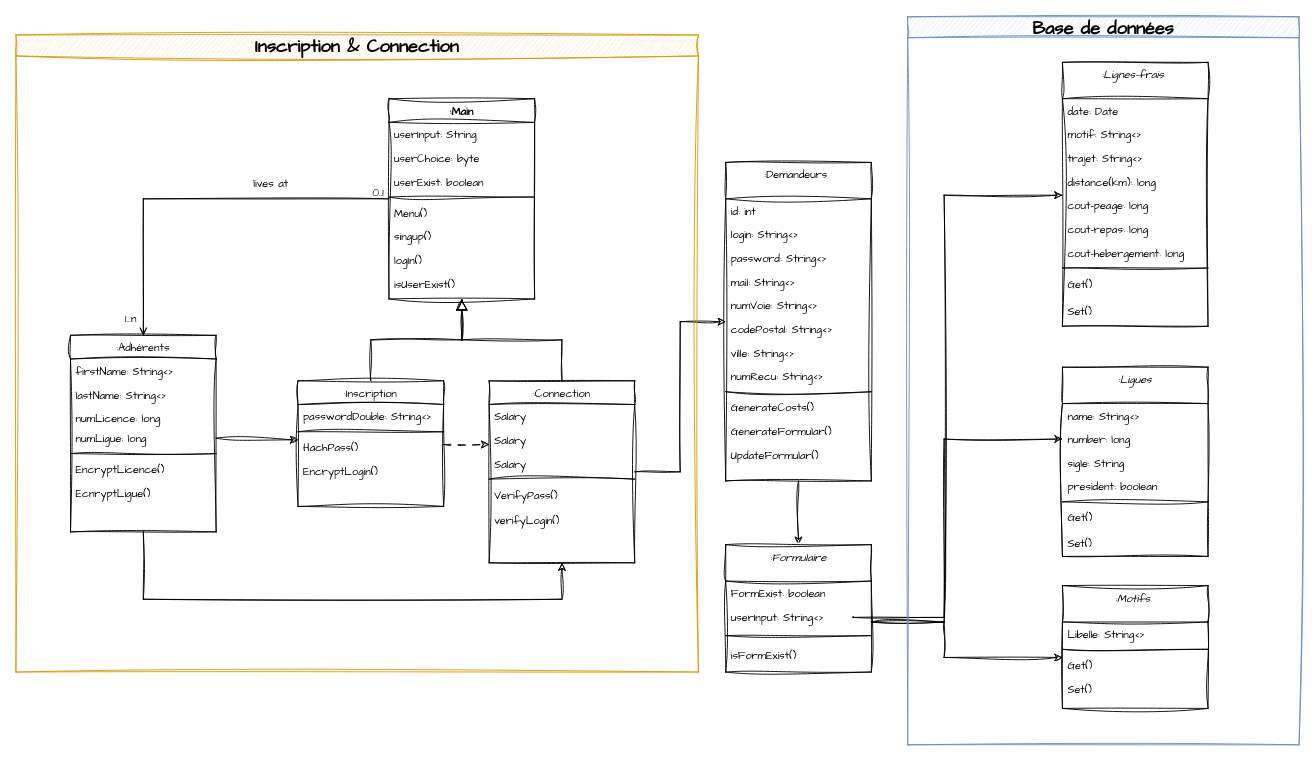
The draw.io diagram NoteDeFrais_Classes.drawio in PlumCreativ/NoteDeFrais, before the edit. Source tidied: cells renumbered, new cells numbered last; positions are measured from the earlier drawing's top-left corner, leaving out a move shared by most shapes. Both pictures are drawn from the tidied source at 91%, with x=0, y=0 at pixel (15, 16).
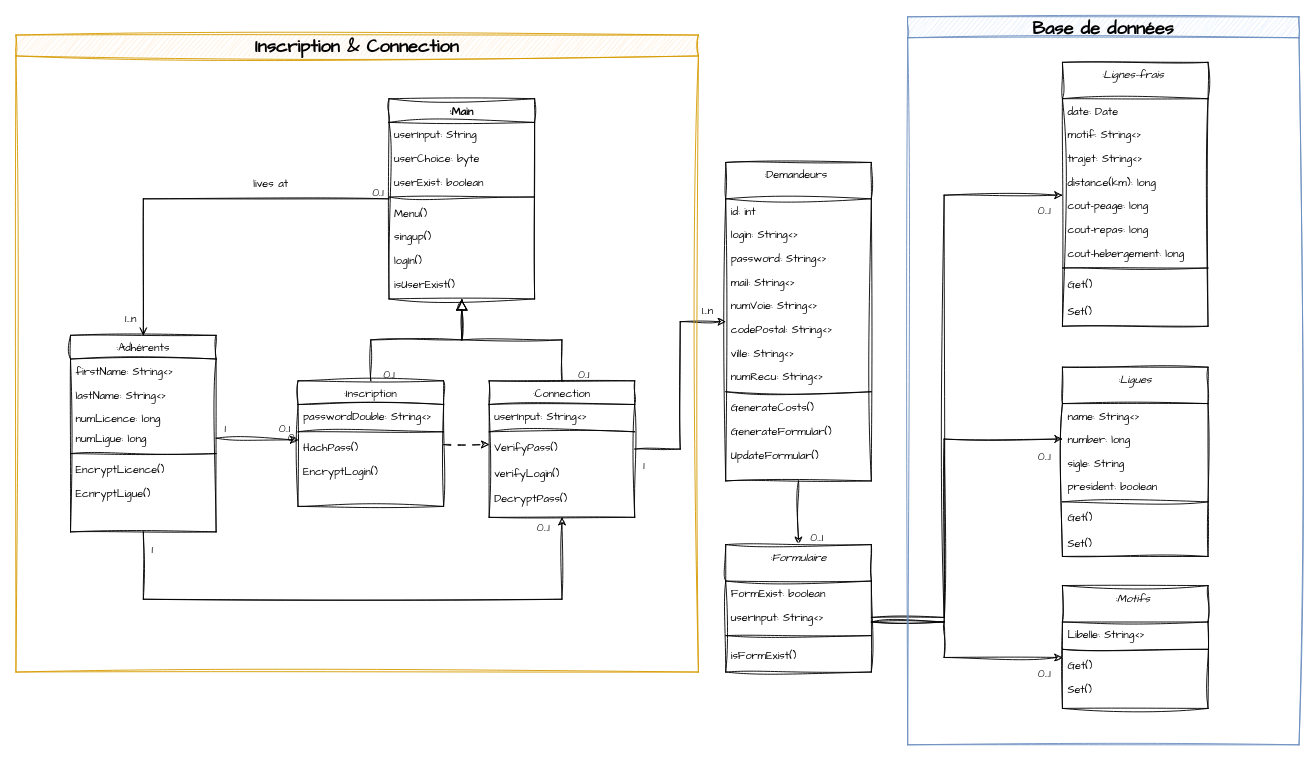
Above is the later version.

Commit message (it also covers changes not shown here):
Mettre à jour NoteDeFrais_Classes.drawio

The change refers to these unchanged cells:
```xml
<mxCell id="83" value="Base de données" style="swimlane;whiteSpace=wrap;html=1;sketch=1;hachureGap=4;jiggle=2;curveFitting=1;fontFamily=Architects Daughter;fontSize=20;fillColor=#dae8fc;strokeColor=#6c8ebf;" parent="1" vertex="1">
  <mxGeometry x="980" width="430" height="800" as="geometry" />
</mxCell>
<mxCell id="84" value="Inscription &amp;amp; Connection" style="swimlane;whiteSpace=wrap;html=1;sketch=1;hachureGap=4;jiggle=2;curveFitting=1;fontFamily=Architects Daughter;fontSize=20;fillColor=#ffe6cc;strokeColor=#d79b00;" parent="1" vertex="1">
  <mxGeometry y="20" width="750" height="700" as="geometry" />
</mxCell>
```

Change to the diagram source:
```diff
@@
     <mxCell id="14" value=":Connection" style="swimlane;fontStyle=0;align=center;verticalAlign=top;horizontal=1;startSize=26;rounded=0;shadow=0;strokeWidth=1;fontFamily=Architects Daughter;sketch=1;curveFitting=1;jiggle=2;" parent="1" vertex="1">
-      <mxGeometry x="520" y="400" width="160" height="200" as="geometry" />
+      <mxGeometry x="520" y="400" width="160" height="150" as="geometry" />
     </mxCell>
-    <mxCell id="15" value="Salary" style="text;align=left;verticalAlign=top;spacingLeft=4;spacingRight=4;overflow=hidden;fontFamily=Architects Daughter;sketch=1;curveFitting=1;jiggle=2;" parent="14" vertex="1">
-      <mxGeometry y="26" width="160" height="26" as="geometry" />
-    </mxCell>
-    <mxCell id="16" value="Salary" style="text;align=left;verticalAlign=top;spacingLeft=4;spacingRight=4;overflow=hidden;fontFamily=Architects Daughter;sketch=1;curveFitting=1;jiggle=2;" parent="14" vertex="1">
-      <mxGeometry y="52" width="160" height="26" as="geometry" />
+    <mxCell id="16" value="userInput: String&lt;&gt;" style="text;align=left;verticalAlign=top;spacingLeft=4;spacingRight=4;overflow=hidden;fontFamily=Architects Daughter;sketch=1;curveFitting=1;jiggle=2;" parent="14" vertex="1">
+      <mxGeometry y="26" width="160" height="26" as="geometry" />
     </mxCell>
-    <mxCell id="17" value="Salary" style="text;align=left;verticalAlign=top;spacingLeft=4;spacingRight=4;overflow=hidden;fontFamily=Architects Daughter;sketch=1;curveFitting=1;jiggle=2;" parent="14" vertex="1">
-      <mxGeometry y="78" width="160" height="26" as="geometry" />
-    </mxCell>
     <mxCell id="18" style="line;strokeWidth=1;align=left;verticalAlign=middle;spacingTop=-1;spacingLeft=3;spacingRight=3;labelPosition=right;fontFamily=Architects Daughter;sketch=1;curveFitting=1;jiggle=2;" parent="14" vertex="1">
-      <mxGeometry y="104" width="160" height="8" as="geometry" />
+      <mxGeometry y="52" width="160" height="8" as="geometry" />
     </mxCell>
     <mxCell id="19" value="VerifyPass()" style="text;align=left;verticalAlign=top;spacingLeft=4;spacingRight=4;overflow=hidden;fontFamily=Architects Daughter;sketch=1;curveFitting=1;jiggle=2;" parent="14" vertex="1">
-      <mxGeometry y="112" width="160" height="28" as="geometry" />
+      <mxGeometry y="60" width="160" height="28" as="geometry" />
     </mxCell>
     <mxCell id="20" value="verifyLogin()" style="text;align=left;verticalAlign=top;spacingLeft=4;spacingRight=4;overflow=hidden;fontFamily=Architects Daughter;sketch=1;curveFitting=1;jiggle=2;" parent="14" vertex="1">
-      <mxGeometry y="140" width="160" height="28" as="geometry" />
+      <mxGeometry y="88" width="160" height="28" as="geometry" />
     </mxCell>
+    <mxCell id="89" value="DecryptPass()" style="text;align=left;verticalAlign=top;spacingLeft=4;spacingRight=4;overflow=hidden;fontFamily=Architects Daughter;sketch=1;curveFitting=1;jiggle=2;" parent="14" vertex="1">
+      <mxGeometry y="116" width="160" height="28" as="geometry" />
+    </mxCell>
@@
     <mxCell id="82" style="edgeStyle=orthogonalEdgeStyle;rounded=0;sketch=1;hachureGap=4;jiggle=2;curveFitting=1;orthogonalLoop=1;jettySize=auto;html=1;fontFamily=Architects Daughter;fontSize=16;" parent="1" edge="1">
       <mxGeometry relative="1" as="geometry">
-        <mxPoint x="920" y="659" as="sourcePoint" />
+        <mxPoint x="940" y="660" as="sourcePoint" />
         <mxPoint x="1150" y="196" as="targetPoint" />
         <Array as="points">
-          <mxPoint x="920" y="660" />
           <mxPoint x="1020" y="660" />
           <mxPoint x="1020" y="196" />
         </Array>
       </mxGeometry>
     </mxCell>
@@
+    <mxCell id="90" value="&lt;span style=&quot;font-size: 12px;&quot;&gt;0...1&lt;/span&gt;" style="text;html=1;align=center;verticalAlign=middle;strokeColor=none;fillColor=none;fontSize=20;fontFamily=Architects Daughter;" parent="83" vertex="1">
+      <mxGeometry x="130" y="699" width="40" height="40" as="geometry" />
+    </mxCell>
+    <mxCell id="91" value="&lt;span style=&quot;font-size: 12px;&quot;&gt;0...1&lt;/span&gt;" style="text;html=1;align=center;verticalAlign=middle;strokeColor=none;fillColor=none;fontSize=20;fontFamily=Architects Daughter;" parent="83" vertex="1">
+      <mxGeometry x="130" y="460" width="40" height="40" as="geometry" />
+    </mxCell>
+    <mxCell id="92" value="&lt;span style=&quot;font-size: 12px;&quot;&gt;0...1&lt;/span&gt;" style="text;html=1;align=center;verticalAlign=middle;strokeColor=none;fillColor=none;fontSize=20;fontFamily=Architects Daughter;" parent="83" vertex="1">
+      <mxGeometry x="130" y="190" width="40" height="40" as="geometry" />
+    </mxCell>
@@
+    <mxCell id="93" value="&lt;font style=&quot;font-size: 12px;&quot;&gt;0..1&lt;/font&gt;" style="text;html=1;align=center;verticalAlign=middle;strokeColor=none;fillColor=none;fontSize=20;fontFamily=Architects Daughter;" parent="84" vertex="1">
+      <mxGeometry x="275" y="410" width="40" height="40" as="geometry" />
+    </mxCell>
+    <mxCell id="94" value="&lt;font style=&quot;font-size: 12px;&quot;&gt;1&lt;/font&gt;" style="text;html=1;align=center;verticalAlign=middle;strokeColor=none;fillColor=none;fontSize=20;fontFamily=Architects Daughter;" parent="84" vertex="1">
+      <mxGeometry x="215" y="410" width="30" height="40" as="geometry" />
+    </mxCell>
+    <mxCell id="95" value="&lt;font style=&quot;font-size: 12px;&quot;&gt;0..1&lt;/font&gt;" style="text;html=1;align=center;verticalAlign=middle;strokeColor=none;fillColor=none;fontSize=20;fontFamily=Architects Daughter;" parent="84" vertex="1">
+      <mxGeometry x="603.5" y="350" width="40" height="40" as="geometry" />
+    </mxCell>
+    <mxCell id="96" value="&lt;font style=&quot;font-size: 12px;&quot;&gt;0..1&lt;/font&gt;" style="text;html=1;align=center;verticalAlign=middle;strokeColor=none;fillColor=none;fontSize=20;fontFamily=Architects Daughter;" parent="84" vertex="1">
+      <mxGeometry x="390" y="350" width="40" height="40" as="geometry" />
+    </mxCell>
+    <mxCell id="97" value="&lt;font style=&quot;font-size: 12px;&quot;&gt;1&lt;/font&gt;" style="text;html=1;align=center;verticalAlign=middle;strokeColor=none;fillColor=none;fontSize=20;fontFamily=Architects Daughter;" parent="84" vertex="1">
+      <mxGeometry x="675" y="450" width="30" height="40" as="geometry" />
+    </mxCell>
+    <mxCell id="98" value="1" style="align=right;verticalAlign=bottom;labelBackgroundColor=none;fontSize=12;fontFamily=Architects Daughter;" parent="84" vertex="1">
+      <mxGeometry x="160" y="570" as="geometry">
+        <mxPoint x="-8" y="4" as="offset" />
+      </mxGeometry>
+    </mxCell>
+    <mxCell id="99" value="0...1" style="align=right;verticalAlign=bottom;labelBackgroundColor=none;fontSize=12;fontFamily=Architects Daughter;" parent="84" vertex="1">
+      <mxGeometry x="604" y="540" as="geometry">
+        <mxPoint x="-16" y="9" as="offset" />
+      </mxGeometry>
+    </mxCell>
+    <mxCell id="100" value="&lt;font style=&quot;font-size: 12px;&quot;&gt;0..1&lt;/font&gt;" style="text;html=1;align=center;verticalAlign=middle;strokeColor=none;fillColor=none;fontSize=20;fontFamily=Architects Daughter;" parent="1" vertex="1">
+      <mxGeometry x="285" y="440" width="40" height="40" as="geometry" />
+    </mxCell>
+    <mxCell id="101" value="&lt;span style=&quot;font-size: 12px;&quot;&gt;1...n&lt;/span&gt;" style="text;html=1;align=center;verticalAlign=middle;strokeColor=none;fillColor=none;fontSize=20;fontFamily=Architects Daughter;" parent="1" vertex="1">
+      <mxGeometry x="740" y="300" width="40" height="40" as="geometry" />
+    </mxCell>
+    <mxCell id="102" value="&lt;span style=&quot;font-size: 12px;&quot;&gt;0...1&lt;/span&gt;" style="text;html=1;align=center;verticalAlign=middle;strokeColor=none;fillColor=none;fontSize=20;fontFamily=Architects Daughter;" parent="1" vertex="1">
+      <mxGeometry x="860" y="550" width="40" height="40" as="geometry" />
+    </mxCell>
```
